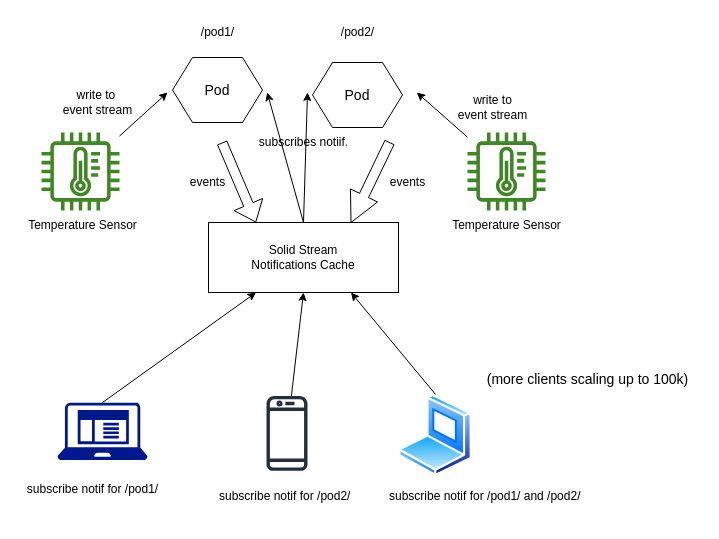
Earlier version of the draw.io diagram architecture.drawio (SolidLabResearch/decentralized-stream-notifications-aggregator). Source tidied: cells renumbered, new cells numbered last; positions are measured from the earlier drawing's top-left corner, leaving out a move shared by most shapes. Both pictures are drawn from the tidied source at 100%, with x=0, y=0 at pixel (17, 17).
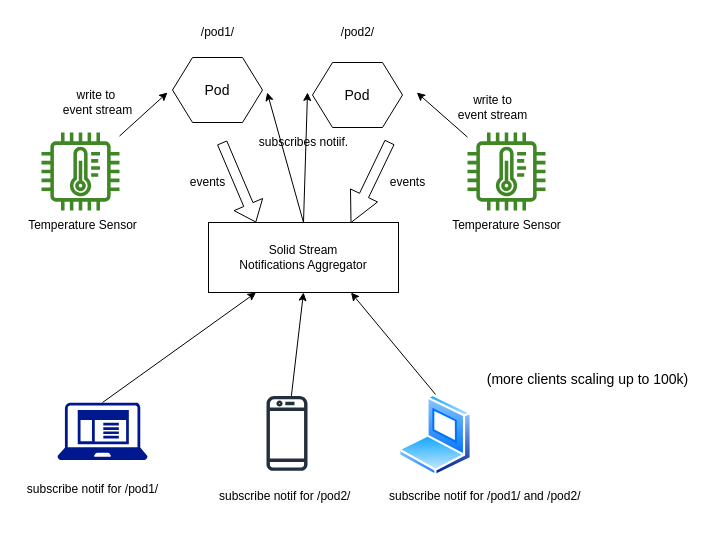
After the change.

Commit message (it also covers changes not shown here):
Update WebSocket communication in NotificationServiceHTTPServer and updated the architecture image.

What changed in the source:
```diff
@@
-    <mxCell id="15" value="Solid Stream &lt;br&gt;Notifications Cache" style="rounded=0;whiteSpace=wrap;html=1;" parent="1" vertex="1">
+    <mxCell id="15" value="Solid Stream &lt;br&gt;Notifications Aggregator" style="rounded=0;whiteSpace=wrap;html=1;" parent="1" vertex="1">
       <mxGeometry x="191" y="205" width="190" height="70" as="geometry" />
     </mxCell>
```
